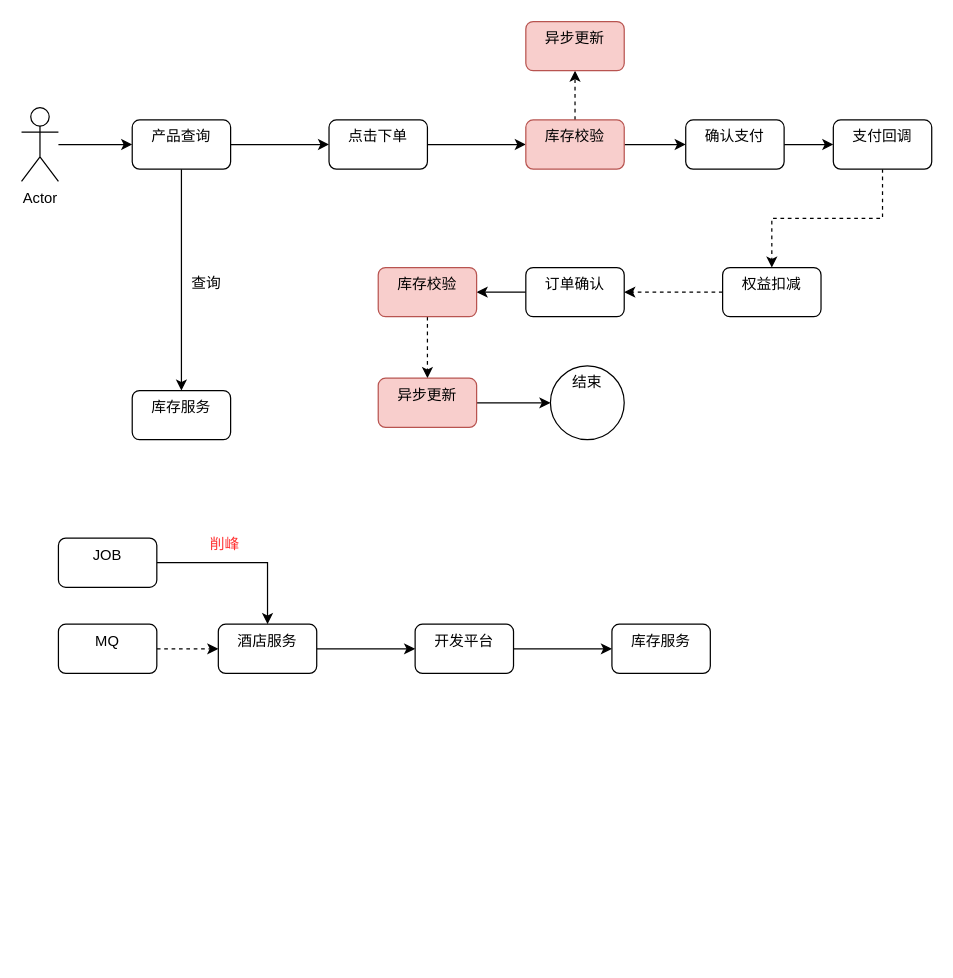
Above: page "第 3 页" (3 of 3) of 晋升.drawio in VilaNan/tsxxx.github.io (draw.io), before the change. Source tidied: cells renumbered, new cells numbered last; positions are measured from the earlier drawing's top-left corner, leaving out a move shared by most shapes. Both pictures are drawn from the tidied source at 123%, with x=0, y=0 at pixel (21, 21).
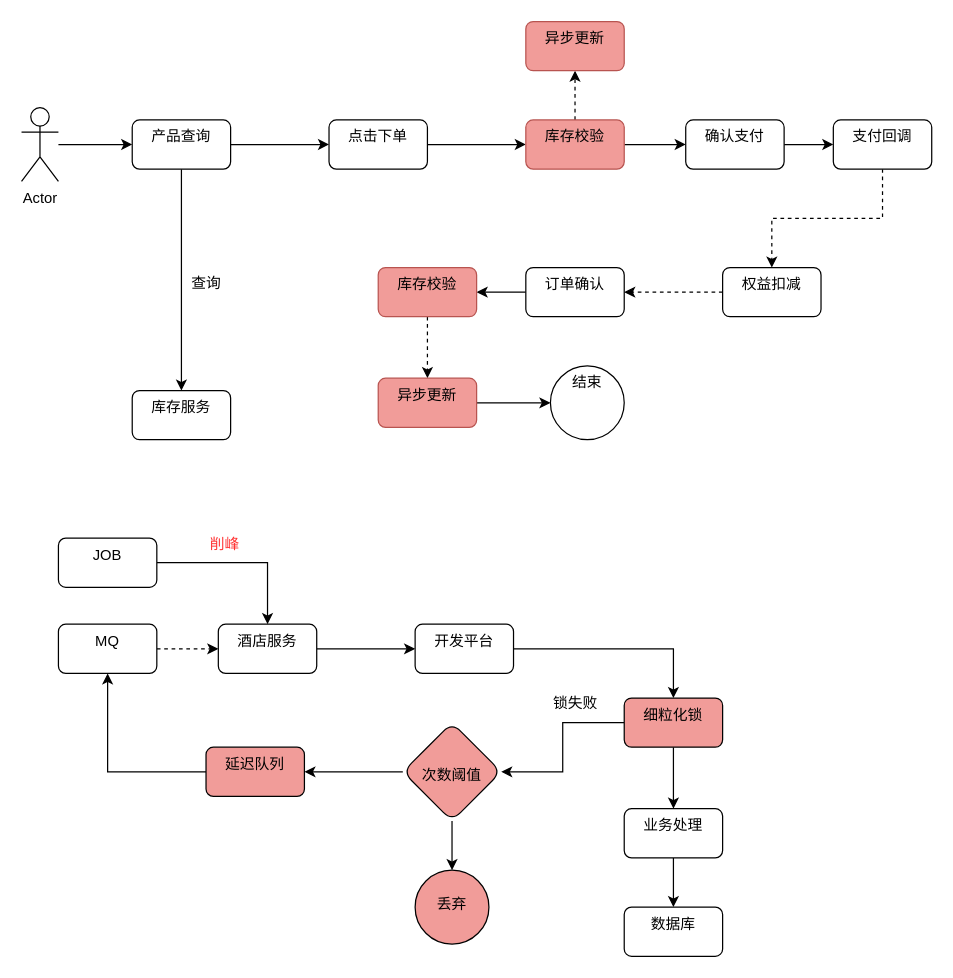
Above is the later version.

Unchanged cells that the change refers to:
```xml
<mxCell id="21" value="MQ" style="rounded=1;whiteSpace=wrap;html=1;verticalAlign=top;" parent="1" vertex="1">
  <mxGeometry x="30" y="490" width="80" height="40" as="geometry" />
</mxCell>
<mxCell id="26" value="开发平台" style="rounded=1;whiteSpace=wrap;html=1;verticalAlign=top;" parent="1" vertex="1">
  <mxGeometry x="320" y="490" width="80" height="40" as="geometry" />
</mxCell>
```

Change to the diagram source:
```diff
@@
-    <mxCell id="11" value="库存校验" style="rounded=1;whiteSpace=wrap;html=1;verticalAlign=top;fillColor=#f8cecc;strokeColor=#b85450;" parent="1" vertex="1">
+    <mxCell id="11" value="库存校验" style="rounded=1;whiteSpace=wrap;html=1;verticalAlign=top;fillColor=#F19C99;strokeColor=#b85450;" parent="1" vertex="1">
       <mxGeometry x="410" y="80" width="80" height="40" as="geometry" />
     </mxCell>
@@
-    <mxCell id="25" style="edgeStyle=orthogonalEdgeStyle;rounded=0;jettySize=auto;html=1;" parent="1" edge="1" source="26" target="27">
+    <mxCell id="25" style="edgeStyle=orthogonalEdgeStyle;rounded=0;jettySize=auto;html=1;entryX=0.5;entryY=0;entryDx=0;entryDy=0;" parent="1" edge="1" source="26" target="40">
       <mxGeometry relative="1" as="geometry" />
     </mxCell>
@@
-    <mxCell id="27" value="库存服务" style="rounded=1;whiteSpace=wrap;html=1;verticalAlign=top;" parent="1" vertex="1">
-      <mxGeometry x="480" y="490" width="80" height="40" as="geometry" />
-    </mxCell>
@@
-    <mxCell id="30" value="库存校验" style="rounded=1;whiteSpace=wrap;html=1;verticalAlign=top;fillColor=#f8cecc;strokeColor=#b85450;" parent="1" vertex="1">
+    <mxCell id="30" value="库存校验" style="rounded=1;whiteSpace=wrap;html=1;verticalAlign=top;fillColor=#F19C99;strokeColor=#b85450;" parent="1" vertex="1">
       <mxGeometry x="290" y="200" width="80" height="40" as="geometry" />
     </mxCell>
@@
-    <mxCell id="32" value="异步更新" style="rounded=1;whiteSpace=wrap;html=1;verticalAlign=top;fillColor=#f8cecc;strokeColor=#b85450;" parent="1" vertex="1">
+    <mxCell id="32" value="异步更新" style="rounded=1;whiteSpace=wrap;html=1;verticalAlign=top;fillColor=#F19C99;strokeColor=#b85450;" parent="1" vertex="1">
       <mxGeometry x="290" y="290" width="80" height="40" as="geometry" />
     </mxCell>
@@
-    <mxCell id="34" value="异步更新" style="rounded=1;whiteSpace=wrap;html=1;verticalAlign=top;fillColor=#f8cecc;strokeColor=#b85450;" parent="1" vertex="1">
+    <mxCell id="34" value="异步更新" style="rounded=1;whiteSpace=wrap;html=1;verticalAlign=top;fillColor=#F19C99;strokeColor=#b85450;" parent="1" vertex="1">
       <mxGeometry x="410" width="80" height="40" as="geometry" />
     </mxCell>
@@
+    <mxCell id="38" style="edgeStyle=orthogonalEdgeStyle;rounded=0;jettySize=auto;html=1;" parent="1" edge="1" source="40" target="42">
+      <mxGeometry relative="1" as="geometry" />
+    </mxCell>
+    <mxCell id="39" style="edgeStyle=orthogonalEdgeStyle;rounded=0;jettySize=auto;html=1;" parent="1" edge="1" source="40" target="49">
+      <mxGeometry relative="1" as="geometry" />
+    </mxCell>
+    <mxCell id="40" value="细粒化锁" style="rounded=1;whiteSpace=wrap;html=1;verticalAlign=top;fillColor=#F19C99;" parent="1" vertex="1">
+      <mxGeometry x="490" y="550" width="80" height="40" as="geometry" />
+    </mxCell>
+    <mxCell id="41" style="edgeStyle=orthogonalEdgeStyle;rounded=0;jettySize=auto;html=1;" parent="1" edge="1" source="42" target="43">
+      <mxGeometry relative="1" as="geometry" />
+    </mxCell>
+    <mxCell id="42" value="业务处理" style="rounded=1;whiteSpace=wrap;html=1;verticalAlign=top;" parent="1" vertex="1">
+      <mxGeometry x="490" y="640" width="80" height="40" as="geometry" />
+    </mxCell>
+    <mxCell id="43" value="数据库" style="rounded=1;whiteSpace=wrap;html=1;verticalAlign=top;" parent="1" vertex="1">
+      <mxGeometry x="490" y="720" width="80" height="40" as="geometry" />
+    </mxCell>
+    <mxCell id="44" style="edgeStyle=orthogonalEdgeStyle;rounded=0;jettySize=auto;html=1;entryX=0.5;entryY=1;entryDx=0;entryDy=0;" parent="1" edge="1" source="45" target="21">
+      <mxGeometry relative="1" as="geometry" />
+    </mxCell>
+    <mxCell id="45" value="延迟队列" style="rounded=1;whiteSpace=wrap;html=1;verticalAlign=top;fillColor=#F19C99;" parent="1" vertex="1">
+      <mxGeometry x="150" y="590" width="80" height="40" as="geometry" />
+    </mxCell>
+    <mxCell id="46" value="锁失败" style="text;html=1;align=center;verticalAlign=middle;strokeColor=none;fillColor=none;" parent="1" vertex="1">
+      <mxGeometry x="420" y="540" width="60" height="30" as="geometry" />
+    </mxCell>
+    <mxCell id="47" style="edgeStyle=orthogonalEdgeStyle;rounded=0;jettySize=auto;html=1;" parent="1" edge="1" source="49" target="45">
+      <mxGeometry relative="1" as="geometry" />
+    </mxCell>
+    <mxCell id="48" style="edgeStyle=orthogonalEdgeStyle;rounded=0;jettySize=auto;html=1;" parent="1" edge="1" source="49" target="50">
+      <mxGeometry relative="1" as="geometry" />
+    </mxCell>
+    <mxCell id="49" value="&lt;div&gt;&lt;br&gt;&lt;/div&gt;&lt;div&gt;&lt;br&gt;&lt;/div&gt;&lt;div&gt;次数阈值&lt;/div&gt;&lt;div&gt;&lt;br&gt;&lt;/div&gt;" style="rhombus;whiteSpace=wrap;html=1;verticalAlign=top;rounded=1;fillColor=#F19C99;" parent="1" vertex="1">
+      <mxGeometry x="310" y="570" width="80" height="80" as="geometry" />
+    </mxCell>
+    <mxCell id="50" value="&lt;div&gt;&lt;br&gt;&lt;/div&gt;&lt;div&gt;丢弃&lt;/div&gt;" style="ellipse;whiteSpace=wrap;html=1;verticalAlign=top;rounded=1;fillColor=#F19C99;" parent="1" vertex="1">
+      <mxGeometry x="320" y="690" width="60" height="60" as="geometry" />
+    </mxCell>
```
